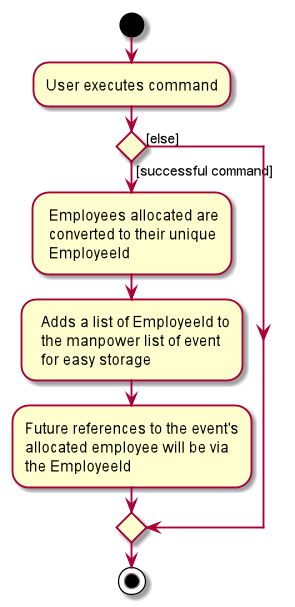
This is docs/images/AutoAllocateActivityDiagram.png from nus-cs2103-AY1920S1/addressbook-level3, a PlantUML export, as it was before one commit. Its diagram source:
```plantuml
@startuml
start
:User executes command;


if () then ([successful command])
    : Employees allocated are
     converted to their unique
     EmployeeId;
    :  Adds a list of EmployeeId to
      the manpower list of event
      for easy storage;
    :Future references to the event's
    allocated employee will be via
    the EmployeeId;

else ([else])

endif
stop
@enduml
```
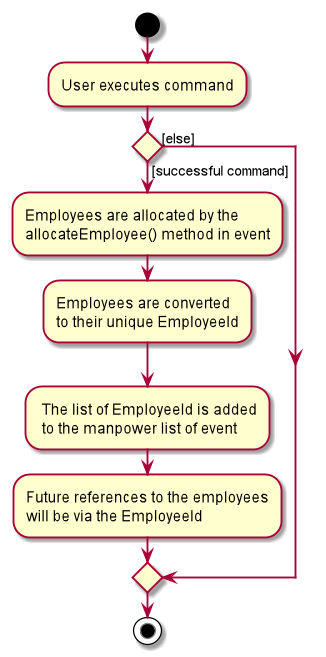
After the commit.

Change to the diagram source:
```diff
@@ -4,15 +4,15 @@
 
 
 if () then ([successful command])
-    : Employees allocated are
-     converted to their unique
-     EmployeeId;
-    :  Adds a list of EmployeeId to
-      the manpower list of event
-      for easy storage;
-    :Future references to the event's
-    allocated employee will be via
-    the EmployeeId;
+    :Employees are allocated by the
+    allocateEmployee() method in event;
+    :Employees are converted
+    to their unique EmployeeId;
+    : The list of EmployeeId is added
+     to the manpower list of event;
+
+    :Future references to the employees
+    will be via the EmployeeId;
 
 else ([else])
 
```
